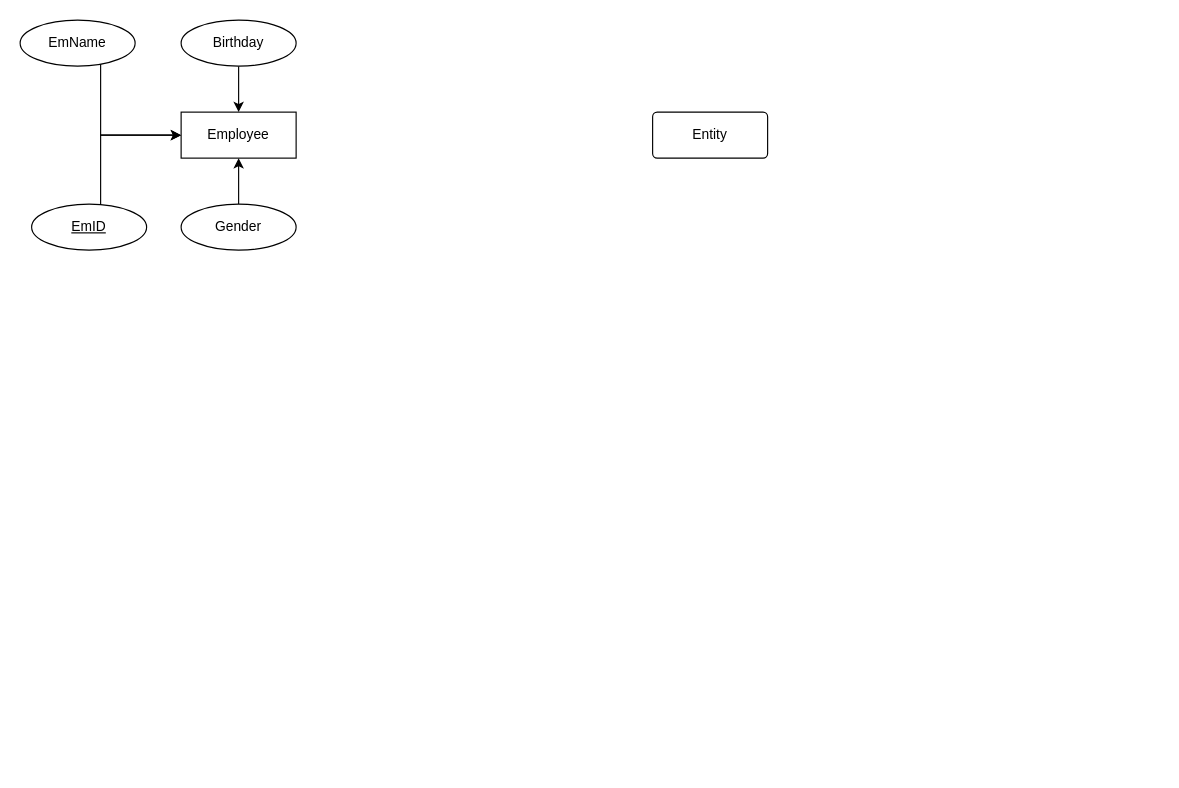
Before: buoi1sql.drawio in frozenproof/dactaphanmem, a draw.io diagram. Source tidied: cells renumbered, new cells numbered last; positions are measured from the earlier drawing's top-left corner, leaving out a move shared by most shapes. Both pictures are drawn from the tidied source at 115%, with x=0, y=0 at pixel (20, 20).
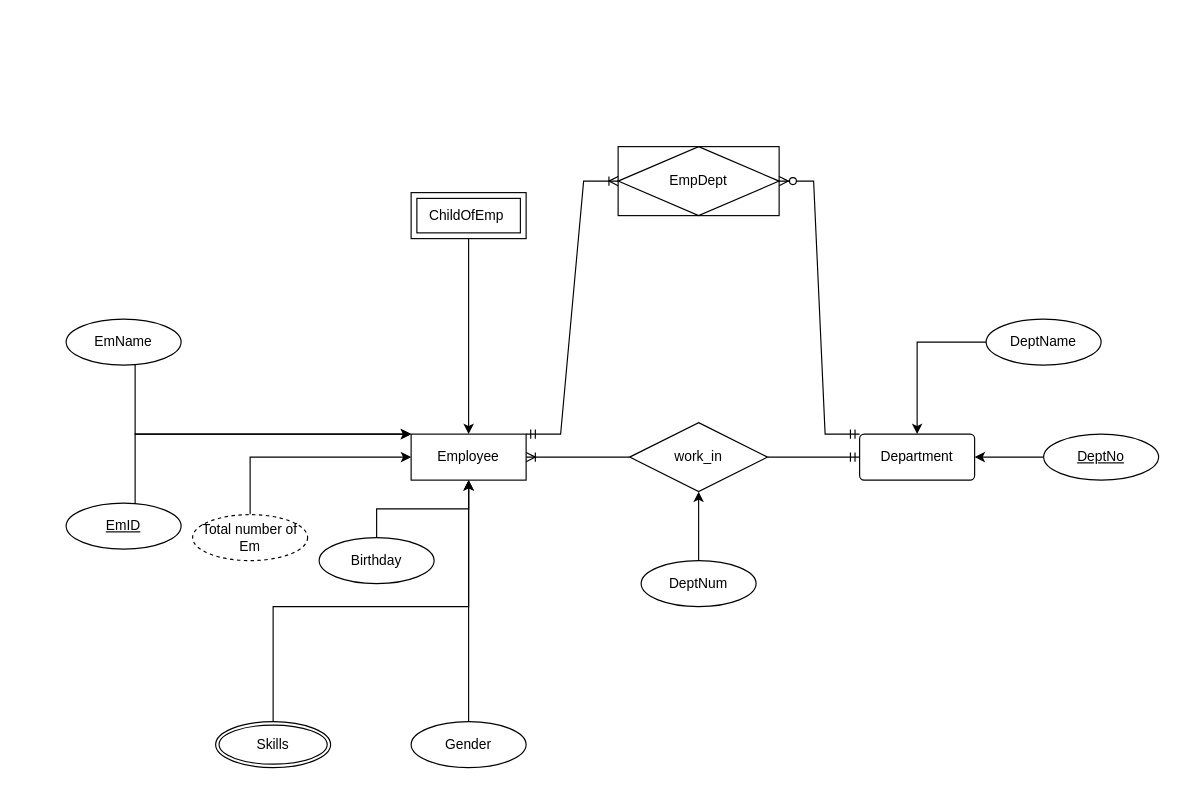
Above is the later version.

Diff of the diagram source:
```diff
@@
     <mxCell id="2" value="Employee" style="whiteSpace=wrap;html=1;align=center;" parent="1" vertex="1">
-      <mxGeometry x="140" y="80" width="100" height="40" as="geometry" />
+      <mxGeometry x="340" y="360" width="100" height="40" as="geometry" />
     </mxCell>
     <mxCell id="3" style="edgeStyle=orthogonalEdgeStyle;rounded=0;jettySize=auto;html=1;" parent="1" edge="1" source="4" target="2">
       <mxGeometry relative="1" as="geometry">
         <Array as="points">
-          <mxPoint x="70" y="100" />
+          <mxPoint x="100" y="360" />
         </Array>
       </mxGeometry>
     </mxCell>
     <mxCell id="4" value="EmID" style="ellipse;whiteSpace=wrap;html=1;align=center;fontStyle=4;" parent="1" vertex="1">
-      <mxGeometry x="10" y="160" width="100" height="40" as="geometry" />
+      <mxGeometry x="40" y="420" width="100" height="40" as="geometry" />
     </mxCell>
-    <mxCell id="5" value="Entity" style="rounded=1;arcSize=10;whiteSpace=wrap;html=1;align=center;" parent="1" vertex="1">
-      <mxGeometry x="550" y="80" width="100" height="40" as="geometry" />
+    <mxCell id="5" value="Department" style="rounded=1;arcSize=10;whiteSpace=wrap;html=1;align=center;" parent="1" vertex="1">
+      <mxGeometry x="730" y="360" width="100" height="40" as="geometry" />
     </mxCell>
     <mxCell id="6" style="edgeStyle=orthogonalEdgeStyle;rounded=0;jettySize=auto;html=1;" parent="1" edge="1" source="7" target="2">
       <mxGeometry relative="1" as="geometry">
         <Array as="points">
-          <mxPoint x="70" y="100" />
+          <mxPoint x="100" y="360" />
         </Array>
       </mxGeometry>
     </mxCell>
     <mxCell id="7" value="EmName" style="ellipse;whiteSpace=wrap;html=1;align=center;" parent="1" vertex="1">
-      <mxGeometry width="100" height="40" as="geometry" />
+      <mxGeometry x="40" y="260" width="100" height="40" as="geometry" />
     </mxCell>
@@
     <mxCell id="9" value="Birthday" style="ellipse;whiteSpace=wrap;html=1;align=center;" parent="1" vertex="1">
-      <mxGeometry x="140" width="100" height="40" as="geometry" />
+      <mxGeometry x="260" y="450" width="100" height="40" as="geometry" />
     </mxCell>
@@
     <mxCell id="11" value="Gender" style="ellipse;whiteSpace=wrap;html=1;align=center;" parent="1" vertex="1">
-      <mxGeometry x="140" y="160" width="100" height="40" as="geometry" />
+      <mxGeometry x="340" y="610" width="100" height="40" as="geometry" />
     </mxCell>
+    <mxCell id="12" style="edgeStyle=orthogonalEdgeStyle;rounded=0;jettySize=auto;html=1;" parent="1" edge="1" source="13" target="2">
+      <mxGeometry relative="1" as="geometry">
+        <Array as="points">
+          <mxPoint x="220" y="510" />
+        </Array>
+      </mxGeometry>
+    </mxCell>
+    <mxCell id="13" value="Skills" style="ellipse;shape=doubleEllipse;margin=3;whiteSpace=wrap;html=1;align=center;" parent="1" vertex="1">
+      <mxGeometry x="170" y="610" width="100" height="40" as="geometry" />
+    </mxCell>
+    <mxCell id="14" style="edgeStyle=orthogonalEdgeStyle;rounded=0;jettySize=auto;html=1;entryX=0;entryY=0.5;entryDx=0;entryDy=0;exitX=0.5;exitY=0;exitDx=0;exitDy=0;" parent="1" edge="1" source="15" target="2">
+      <mxGeometry relative="1" as="geometry">
+        <Array as="points">
+          <mxPoint x="200" y="380" />
+        </Array>
+      </mxGeometry>
+    </mxCell>
+    <mxCell id="15" value="Total number of &lt;br&gt;Em" style="ellipse;whiteSpace=wrap;html=1;align=center;dashed=1;" parent="1" vertex="1">
+      <mxGeometry x="150" y="430" width="100" height="40" as="geometry" />
+    </mxCell>
+    <mxCell id="16" style="edgeStyle=orthogonalEdgeStyle;rounded=0;jettySize=auto;html=1;entryX=1;entryY=0.5;entryDx=0;entryDy=0;" parent="1" edge="1" source="17" target="5">
+      <mxGeometry relative="1" as="geometry" />
+    </mxCell>
+    <mxCell id="17" value="DeptNo" style="ellipse;whiteSpace=wrap;html=1;align=center;fontStyle=4;" parent="1" vertex="1">
+      <mxGeometry x="890" y="360" width="100" height="40" as="geometry" />
+    </mxCell>
+    <mxCell id="18" style="edgeStyle=orthogonalEdgeStyle;rounded=0;jettySize=auto;html=1;" parent="1" edge="1" source="19" target="5">
+      <mxGeometry relative="1" as="geometry" />
+    </mxCell>
+    <mxCell id="19" value="DeptName" style="ellipse;whiteSpace=wrap;html=1;align=center;" parent="1" vertex="1">
+      <mxGeometry x="840" y="260" width="100" height="40" as="geometry" />
+    </mxCell>
+    <mxCell id="20" value="work_in" style="shape=rhombus;perimeter=rhombusPerimeter;whiteSpace=wrap;html=1;align=center;" parent="1" vertex="1">
+      <mxGeometry x="530" y="350" width="120" height="60" as="geometry" />
+    </mxCell>
+    <mxCell id="21" style="edgeStyle=entityRelationEdgeStyle;fontSize=12;html=1;endArrow=ERmandOne;rounded=0;exitX=1;exitY=0.5;exitDx=0;exitDy=0;" parent="1" edge="1" source="20" target="5">
+      <mxGeometry relative="1" as="geometry" />
+    </mxCell>
+    <mxCell id="22" style="edgeStyle=entityRelationEdgeStyle;fontSize=12;html=1;endArrow=ERoneToMany;rounded=0;exitX=0;exitY=0.5;exitDx=0;exitDy=0;entryX=1;entryY=0.5;entryDx=0;entryDy=0;" parent="1" edge="1" source="20" target="2">
+      <mxGeometry relative="1" as="geometry" />
+    </mxCell>
+    <mxCell id="23" style="edgeStyle=orthogonalEdgeStyle;rounded=0;jettySize=auto;html=1;entryX=0.5;entryY=1;entryDx=0;entryDy=0;" parent="1" edge="1" source="24" target="20">
+      <mxGeometry relative="1" as="geometry" />
+    </mxCell>
+    <mxCell id="24" value="DeptNum" style="ellipse;whiteSpace=wrap;html=1;align=center;" parent="1" vertex="1">
+      <mxGeometry x="540" y="470" width="100" height="40" as="geometry" />
+    </mxCell>
+    <mxCell id="25" style="edgeStyle=orthogonalEdgeStyle;rounded=0;jettySize=auto;html=1;" parent="1" edge="1" source="26" target="2">
+      <mxGeometry relative="1" as="geometry" />
+    </mxCell>
+    <mxCell id="26" value="ChildOfEmp&amp;nbsp;" style="shape=ext;margin=3;double=1;whiteSpace=wrap;html=1;align=center;" parent="1" vertex="1">
+      <mxGeometry x="340" y="150" width="100" height="40" as="geometry" />
+    </mxCell>
+    <mxCell id="27" value="EmpDept" style="shape=associativeEntity;whiteSpace=wrap;html=1;align=center;" parent="1" vertex="1">
+      <mxGeometry x="520" y="110" width="140" height="60" as="geometry" />
+    </mxCell>
+    <mxCell id="28" style="edgeStyle=entityRelationEdgeStyle;fontSize=12;html=1;endArrow=ERzeroToMany;startArrow=ERmandOne;rounded=0;exitX=0;exitY=0;exitDx=0;exitDy=0;entryX=1;entryY=0.5;entryDx=0;entryDy=0;" parent="1" edge="1" source="5" target="27">
+      <mxGeometry relative="1" as="geometry" />
+    </mxCell>
+    <mxCell id="29" style="edgeStyle=entityRelationEdgeStyle;fontSize=12;html=1;endArrow=ERoneToMany;startArrow=ERmandOne;rounded=0;entryX=0;entryY=0.5;entryDx=0;entryDy=0;exitX=1;exitY=0;exitDx=0;exitDy=0;" parent="1" edge="1" source="2" target="27">
+      <mxGeometry relative="1" as="geometry" />
+    </mxCell>
```
